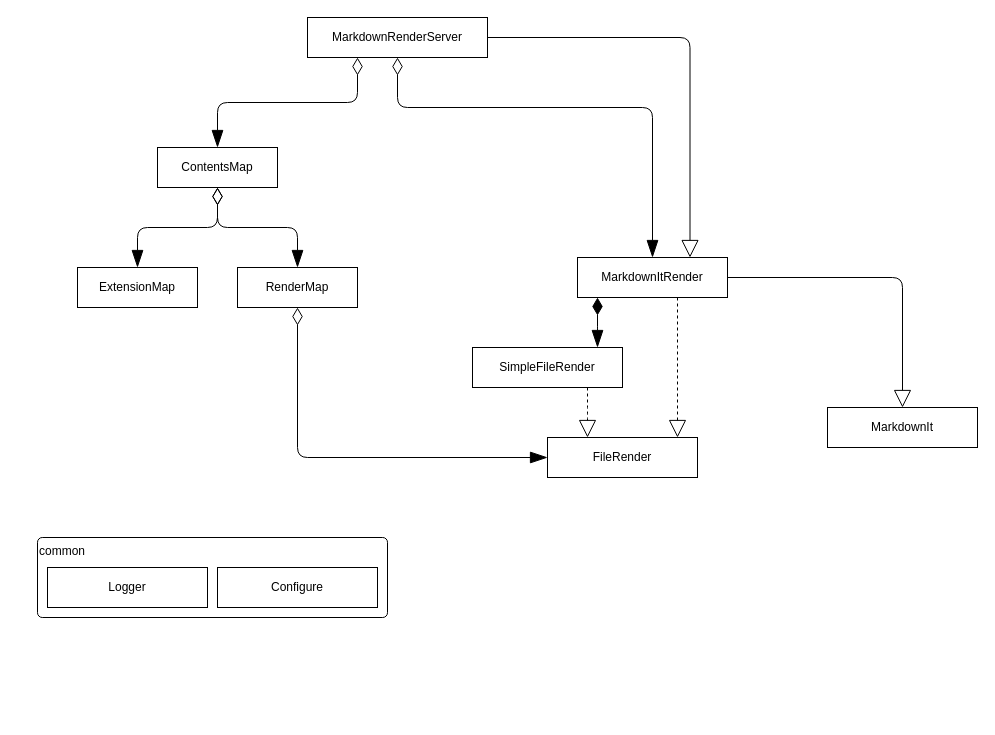
This is docs/memo/architecture.drawio from kazumatu981/markdown-it-pdf, a draw.io file, before an edit. Source tidied: cells renumbered, new cells numbered last; positions are measured from the earlier drawing's top-left corner, leaving out a move shared by most shapes. Both pictures are drawn from the tidied source at 100%, with x=0, y=0 at pixel (37, 17).
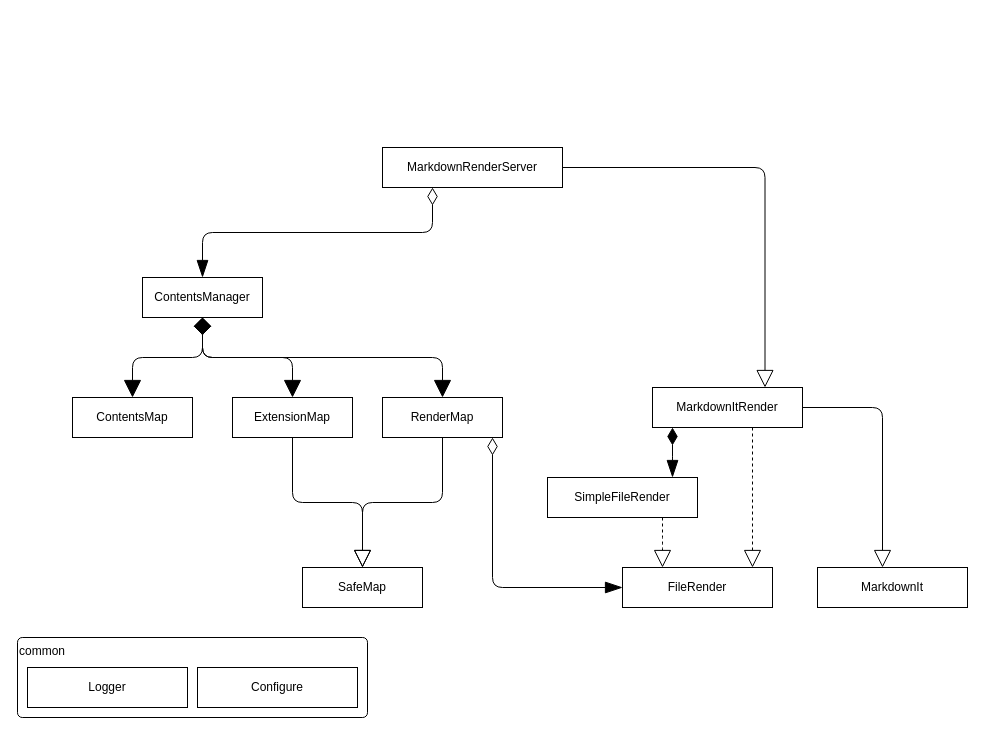
The same page after the edit.

Change to the diagram source:
```diff
@@
-    <mxCell id="2" style="edgeStyle=elbowEdgeStyle;html=1;entryX=0.5;entryY=0;entryDx=0;entryDy=0;elbow=vertical;startArrow=diamondThin;startFill=0;targetPerimeterSpacing=0;startSize=15;endSize=15;endArrow=blockThin;endFill=1;" parent="1" edge="1" source="4" target="5">
-      <mxGeometry relative="1" as="geometry" />
-    </mxCell>
-    <mxCell id="3" style="edgeStyle=elbowEdgeStyle;elbow=vertical;html=1;startArrow=diamondThin;startFill=0;targetPerimeterSpacing=0;startSize=15;endSize=15;endArrow=blockThin;endFill=1;" parent="1" edge="1" source="4" target="6">
-      <mxGeometry relative="1" as="geometry" />
-    </mxCell>
     <mxCell id="4" value="ContentsMap" style="rounded=0;whiteSpace=wrap;html=1;fillColor=none;" parent="1" vertex="1">
-      <mxGeometry x="120" y="130" width="120" height="40" as="geometry" />
+      <mxGeometry x="35" y="380" width="120" height="40" as="geometry" />
     </mxCell>
+    <mxCell id="23" style="edgeStyle=elbowEdgeStyle;html=1;endArrow=block;endFill=0;endSize=15;elbow=vertical;" parent="1" edge="1" source="5" target="29">
+      <mxGeometry relative="1" as="geometry">
+        <Array as="points">
+          <mxPoint x="325" y="485" />
+        </Array>
+      </mxGeometry>
+    </mxCell>
     <mxCell id="5" value="ExtensionMap" style="rounded=0;whiteSpace=wrap;html=1;fillColor=none;" parent="1" vertex="1">
-      <mxGeometry x="40" y="250" width="120" height="40" as="geometry" />
+      <mxGeometry x="195" y="380" width="120" height="40" as="geometry" />
     </mxCell>
+    <mxCell id="24" style="edgeStyle=elbowEdgeStyle;html=1;endArrow=block;endFill=0;endSize=15;elbow=vertical;" parent="1" edge="1" source="6" target="29">
+      <mxGeometry relative="1" as="geometry" />
+    </mxCell>
     <mxCell id="6" value="RenderMap" style="rounded=0;whiteSpace=wrap;html=1;fillColor=none;" parent="1" vertex="1">
-      <mxGeometry x="200" y="250" width="120" height="40" as="geometry" />
+      <mxGeometry x="345" y="380" width="120" height="40" as="geometry" />
     </mxCell>
-    <mxCell id="7" style="edgeStyle=elbowEdgeStyle;elbow=vertical;html=1;startArrow=diamondThin;startFill=0;endArrow=blockThin;endFill=1;startSize=15;endSize=15;targetPerimeterSpacing=0;" parent="1" edge="1" source="9" target="13">
-      <mxGeometry relative="1" as="geometry">
-        <Array as="points">
-          <mxPoint x="490" y="90" />
-        </Array>
-      </mxGeometry>
-    </mxCell>
     <mxCell id="8" style="edgeStyle=elbowEdgeStyle;elbow=vertical;html=1;entryX=0.75;entryY=0;entryDx=0;entryDy=0;startArrow=none;startFill=0;endArrow=block;endFill=0;startSize=15;endSize=15;targetPerimeterSpacing=0;" parent="1" edge="1" source="9" target="13">
       <mxGeometry relative="1" as="geometry">
         <Array as="points">
-          <mxPoint x="460" y="20" />
+          <mxPoint x="535" y="150" />
         </Array>
       </mxGeometry>
     </mxCell>
     <mxCell id="9" value="MarkdownRenderServer" style="rounded=0;whiteSpace=wrap;html=1;fillColor=none;" parent="1" vertex="1">
-      <mxGeometry x="270" width="180" height="40" as="geometry" />
+      <mxGeometry x="345" y="130" width="180" height="40" as="geometry" />
     </mxCell>
-    <mxCell id="10" style="edgeStyle=elbowEdgeStyle;elbow=vertical;html=1;startArrow=diamondThin;startFill=0;targetPerimeterSpacing=0;startSize=15;endSize=15;endArrow=blockThin;endFill=1;" parent="1" edge="1" source="9" target="4">
+    <mxCell id="10" style="edgeStyle=elbowEdgeStyle;elbow=vertical;html=1;startArrow=diamondThin;startFill=0;targetPerimeterSpacing=0;startSize=15;endSize=15;endArrow=blockThin;endFill=1;" parent="1" edge="1" source="9" target="28">
       <mxGeometry relative="1" as="geometry">
         <Array as="points">
-          <mxPoint x="320" y="85" />
+          <mxPoint x="395" y="215" />
         </Array>
       </mxGeometry>
     </mxCell>
     <mxCell id="11" style="edgeStyle=elbowEdgeStyle;html=1;elbow=vertical;dashed=1;endArrow=block;endFill=0;endSize=15;" parent="1" edge="1" source="13" target="17">
       <mxGeometry relative="1" as="geometry">
         <Array as="points">
-          <mxPoint x="640" y="320" />
+          <mxPoint x="715" y="450" />
         </Array>
       </mxGeometry>
     </mxCell>
     <mxCell id="12" style="edgeStyle=elbowEdgeStyle;elbow=vertical;html=1;endArrow=blockThin;endFill=1;endSize=15;startArrow=diamondThin;startFill=1;startSize=15;" parent="1" edge="1" source="13" target="18">
       <mxGeometry relative="1" as="geometry">
         <Array as="points">
-          <mxPoint x="560" y="310" />
-          <mxPoint x="580" y="300" />
+          <mxPoint x="635" y="440" />
+          <mxPoint x="655" y="430" />
         </Array>
       </mxGeometry>
     </mxCell>
     <mxCell id="13" value="MarkdownItRender" style="rounded=0;whiteSpace=wrap;html=1;fillColor=none;" parent="1" vertex="1">
-      <mxGeometry x="540" y="240" width="150" height="40" as="geometry" />
+      <mxGeometry x="615" y="370" width="150" height="40" as="geometry" />
     </mxCell>
     <mxCell id="14" value="common" style="rounded=1;whiteSpace=wrap;html=1;fillColor=none;arcSize=6;align=left;verticalAlign=top;" parent="1" vertex="1">
-      <mxGeometry y="520" width="350" height="80" as="geometry" />
+      <mxGeometry x="-20" y="620" width="350" height="80" as="geometry" />
     </mxCell>
     <mxCell id="15" value="Logger" style="rounded=0;whiteSpace=wrap;html=1;fillColor=none;" parent="1" vertex="1">
-      <mxGeometry x="10" y="550" width="160" height="40" as="geometry" />
+      <mxGeometry x="-10" y="650" width="160" height="40" as="geometry" />
     </mxCell>
     <mxCell id="16" value="Configure" style="rounded=0;whiteSpace=wrap;html=1;fillColor=none;" parent="1" vertex="1">
-      <mxGeometry x="180" y="550" width="160" height="40" as="geometry" />
+      <mxGeometry x="160" y="650" width="160" height="40" as="geometry" />
     </mxCell>
     <mxCell id="17" value="FileRender" style="rounded=0;whiteSpace=wrap;html=1;fillColor=none;" parent="1" vertex="1">
-      <mxGeometry x="510" y="420" width="150" height="40" as="geometry" />
+      <mxGeometry x="585" y="550" width="150" height="40" as="geometry" />
     </mxCell>
     <mxCell id="18" value="SimpleFileRender" style="rounded=0;whiteSpace=wrap;html=1;fillColor=none;" parent="1" vertex="1">
-      <mxGeometry x="435" y="330" width="150" height="40" as="geometry" />
+      <mxGeometry x="510" y="460" width="150" height="40" as="geometry" />
     </mxCell>
     <mxCell id="19" style="edgeStyle=elbowEdgeStyle;html=1;elbow=vertical;dashed=1;endArrow=block;endFill=0;endSize=15;" parent="1" edge="1" source="18" target="17">
       <mxGeometry relative="1" as="geometry">
         <Array as="points">
-          <mxPoint x="550" y="400" />
-          <mxPoint x="640" y="320" />
+          <mxPoint x="625" y="530" />
+          <mxPoint x="715" y="450" />
         </Array>
       </mxGeometry>
     </mxCell>
     <mxCell id="20" value="MarkdownIt" style="rounded=0;whiteSpace=wrap;html=1;fillColor=none;" parent="1" vertex="1">
-      <mxGeometry x="790" y="390" width="150" height="40" as="geometry" />
+      <mxGeometry x="780" y="550" width="150" height="40" as="geometry" />
     </mxCell>
     <mxCell id="21" style="edgeStyle=elbowEdgeStyle;elbow=vertical;html=1;startArrow=none;startFill=0;endArrow=block;endFill=0;startSize=15;endSize=15;targetPerimeterSpacing=0;" parent="1" edge="1" source="13" target="20">
       <mxGeometry relative="1" as="geometry">
         <Array as="points">
-          <mxPoint x="770" y="260" />
-          <mxPoint x="840" y="240" />
-          <mxPoint x="460" y="20" />
+          <mxPoint x="845" y="390" />
+          <mxPoint x="915" y="370" />
+          <mxPoint x="535" y="150" />
         </Array>
       </mxGeometry>
     </mxCell>
     <mxCell id="22" style="edgeStyle=elbowEdgeStyle;elbow=vertical;html=1;startArrow=diamondThin;startFill=0;endArrow=blockThin;endFill=1;startSize=15;endSize=15;targetPerimeterSpacing=0;" parent="1" edge="1" source="6" target="17">
       <mxGeometry relative="1" as="geometry">
         <Array as="points">
-          <mxPoint x="330" y="440" />
-          <mxPoint x="400" y="380" />
-          <mxPoint x="490" y="90" />
+          <mxPoint x="455" y="570" />
+          <mxPoint x="335" y="470" />
+          <mxPoint x="385" y="580" />
+          <mxPoint x="445" y="580" />
+          <mxPoint x="345" y="460" />
+          <mxPoint x="405" y="570" />
+          <mxPoint x="475" y="510" />
+          <mxPoint x="565" y="220" />
         </Array>
       </mxGeometry>
     </mxCell>
+    <mxCell id="25" style="edgeStyle=elbowEdgeStyle;elbow=vertical;html=1;endArrow=block;endFill=1;endSize=15;startSize=15;startArrow=diamond;startFill=1;" parent="1" edge="1" source="28" target="4">
+      <mxGeometry relative="1" as="geometry" />
+    </mxCell>
+    <mxCell id="26" style="edgeStyle=elbowEdgeStyle;elbow=vertical;html=1;endArrow=block;endFill=1;endSize=15;startSize=15;startArrow=diamond;startFill=1;" parent="1" edge="1" source="28" target="5">
+      <mxGeometry relative="1" as="geometry" />
+    </mxCell>
+    <mxCell id="27" style="edgeStyle=elbowEdgeStyle;elbow=vertical;html=1;endArrow=block;endFill=1;endSize=15;startSize=15;startArrow=diamond;startFill=1;" parent="1" edge="1" source="28" target="6">
+      <mxGeometry relative="1" as="geometry" />
+    </mxCell>
+    <mxCell id="28" value="ContentsManager" style="rounded=0;whiteSpace=wrap;html=1;fillColor=none;" parent="1" vertex="1">
+      <mxGeometry x="105" y="260" width="120" height="40" as="geometry" />
+    </mxCell>
+    <mxCell id="29" value="SafeMap" style="rounded=0;whiteSpace=wrap;html=1;fillColor=none;" parent="1" vertex="1">
+      <mxGeometry x="265" y="550" width="120" height="40" as="geometry" />
+    </mxCell>
```
